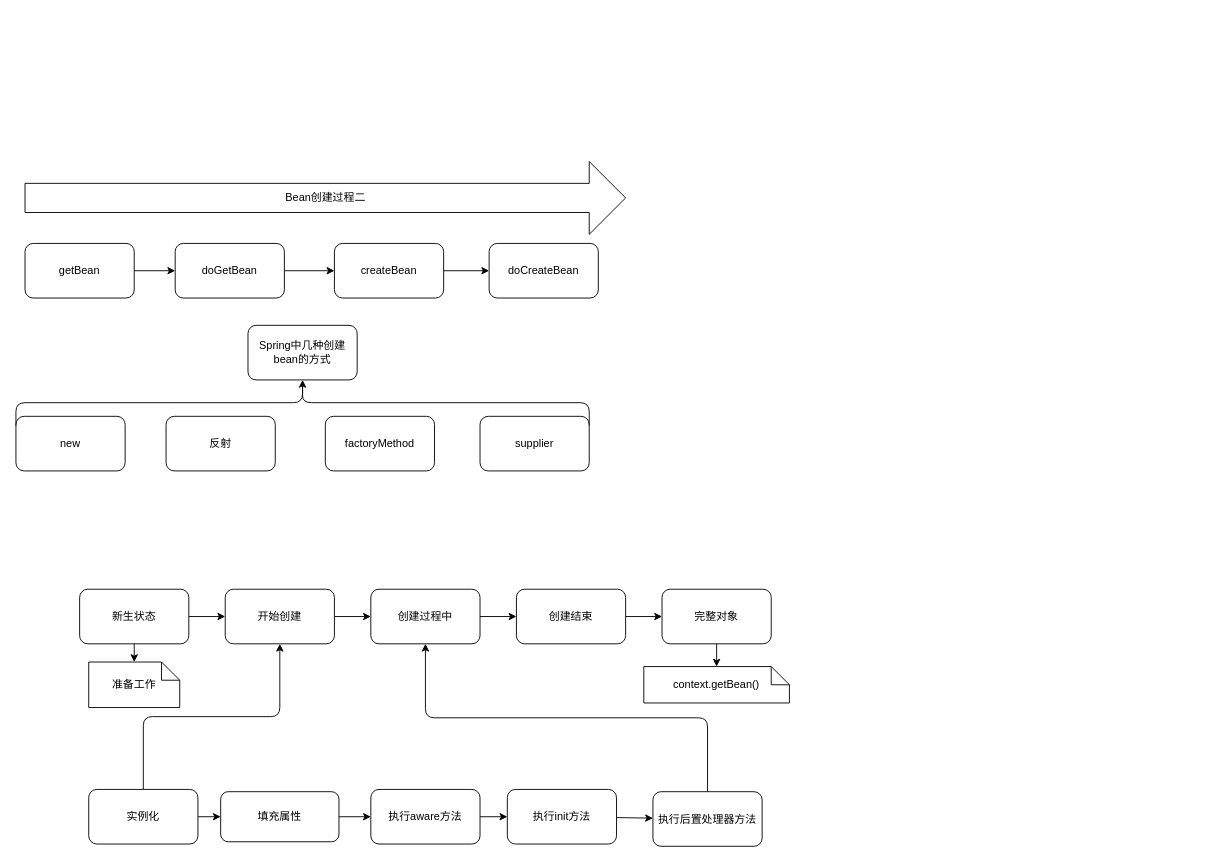
Above: spring/springBean的创建过程2.drawio in ZWYXY/all_images (draw.io), before the change. Source tidied: cells renumbered, new cells numbered last; positions are measured from the earlier drawing's top-left corner, leaving out a move shared by most shapes. Both pictures are drawn from the tidied source at 91%, with x=0, y=0 at pixel (15, 116).
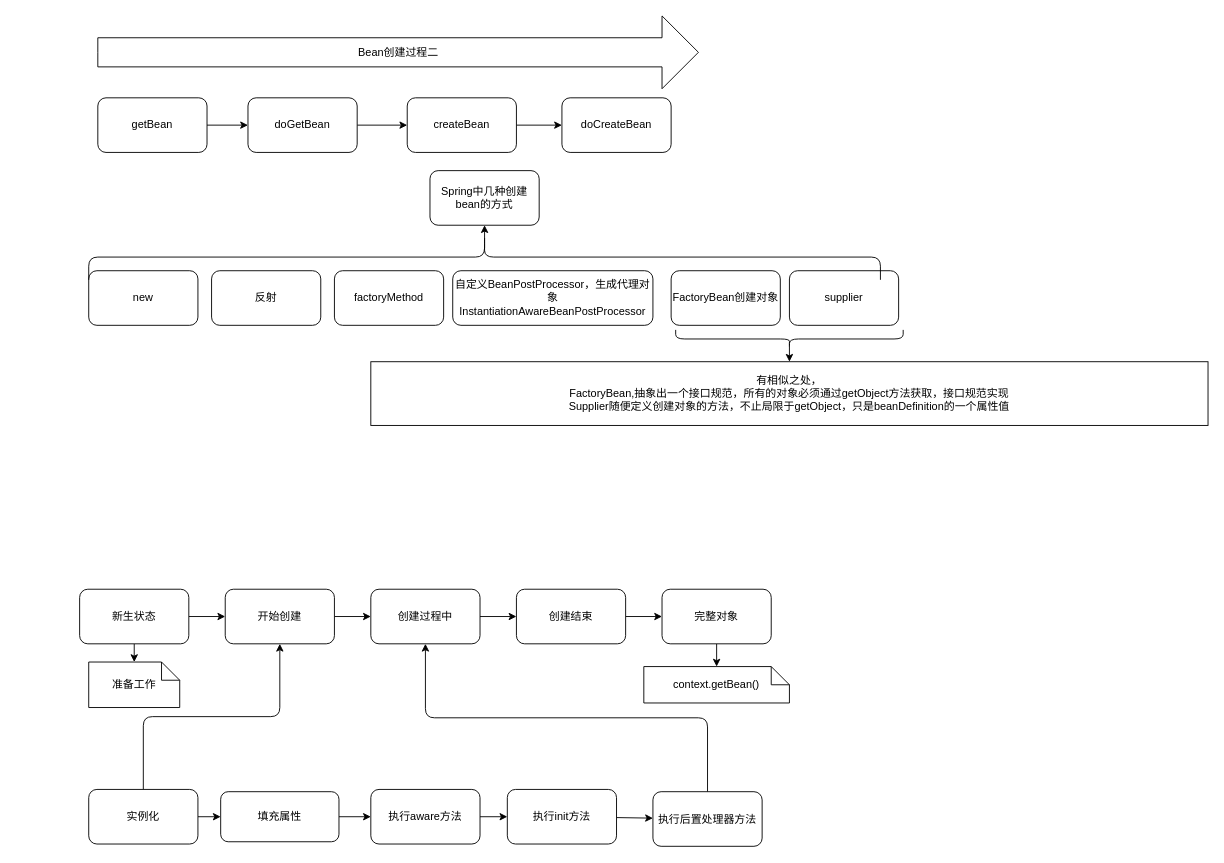
The same diagram, later.

Commit message:
修改一下图

Diff of the diagram source:
```diff
@@
     <mxCell id="2" value="Bean创建过程二" style="html=1;shadow=0;dashed=0;align=center;verticalAlign=middle;shape=mxgraph.arrows2.arrow;dy=0.6;dx=40;notch=0;" parent="1" vertex="1">
-      <mxGeometry x="10" y="50" width="660" height="80" as="geometry" />
+      <mxGeometry x="90" y="-110" width="660" height="80" as="geometry" />
     </mxCell>
@@
     <mxCell id="4" value="getBean" style="rounded=1;whiteSpace=wrap;html=1;" parent="1" vertex="1">
-      <mxGeometry x="10" y="140" width="120" height="60" as="geometry" />
+      <mxGeometry x="90" y="-20" width="120" height="60" as="geometry" />
     </mxCell>
@@
     <mxCell id="6" value="doGetBean" style="rounded=1;whiteSpace=wrap;html=1;" parent="1" vertex="1">
-      <mxGeometry x="175" y="140" width="120" height="60" as="geometry" />
+      <mxGeometry x="255" y="-20" width="120" height="60" as="geometry" />
     </mxCell>
@@
     <mxCell id="8" value="createBean" style="rounded=1;whiteSpace=wrap;html=1;" parent="1" vertex="1">
-      <mxGeometry x="350" y="140" width="120" height="60" as="geometry" />
+      <mxGeometry x="430" y="-20" width="120" height="60" as="geometry" />
     </mxCell>
     <mxCell id="9" value="doCreateBean" style="rounded=1;whiteSpace=wrap;html=1;" parent="1" vertex="1">
-      <mxGeometry x="520" y="140" width="120" height="60" as="geometry" />
+      <mxGeometry x="600" y="-20" width="120" height="60" as="geometry" />
     </mxCell>
     <mxCell id="10" value="new" style="rounded=1;whiteSpace=wrap;html=1;" parent="1" vertex="1">
-      <mxGeometry y="330" width="120" height="60" as="geometry" />
+      <mxGeometry x="80" y="170" width="120" height="60" as="geometry" />
     </mxCell>
     <mxCell id="11" value="反射" style="rounded=1;whiteSpace=wrap;html=1;" parent="1" vertex="1">
-      <mxGeometry x="165" y="330" width="120" height="60" as="geometry" />
+      <mxGeometry x="215" y="170" width="120" height="60" as="geometry" />
     </mxCell>
     <mxCell id="12" value="factoryMethod" style="rounded=1;whiteSpace=wrap;html=1;" parent="1" vertex="1">
-      <mxGeometry x="340" y="330" width="120" height="60" as="geometry" />
+      <mxGeometry x="350" y="170" width="120" height="60" as="geometry" />
     </mxCell>
     <mxCell id="13" value="supplier" style="rounded=1;whiteSpace=wrap;html=1;" parent="1" vertex="1">
-      <mxGeometry x="510" y="330" width="120" height="60" as="geometry" />
+      <mxGeometry x="850" y="170" width="120" height="60" as="geometry" />
     </mxCell>
@@
     <mxCell id="15" style="shape=curlyBracket;whiteSpace=wrap;html=1;rounded=1;flipH=1;rotation=-90;" parent="1" vertex="1">
-      <mxGeometry x="290" width="50" height="630" as="geometry" />
+      <mxGeometry x="490" y="-280" width="50" height="870" as="geometry" />
     </mxCell>
     <mxCell id="16" value="Spring中几种创建bean的方式" style="rounded=1;whiteSpace=wrap;html=1;" parent="1" vertex="1">
-      <mxGeometry x="255" y="230" width="120" height="60" as="geometry" />
+      <mxGeometry x="455" y="60" width="120" height="60" as="geometry" />
     </mxCell>
@@
+    <mxCell id="41" value="自定义BeanPostProcessor，生成代理对象&lt;br&gt;InstantiationAwareBeanPostProcessor" style="rounded=1;whiteSpace=wrap;html=1;" parent="1" vertex="1">
+      <mxGeometry x="480" y="170" width="220" height="60" as="geometry" />
+    </mxCell>
+    <mxCell id="42" value="FactoryBean创建对象" style="rounded=1;whiteSpace=wrap;html=1;" parent="1" vertex="1">
+      <mxGeometry x="720" y="170" width="120" height="60" as="geometry" />
+    </mxCell>
+    <mxCell id="43" style="edgeStyle=orthogonalEdgeStyle;html=1;exitX=0.1;exitY=0.5;exitDx=0;exitDy=0;exitPerimeter=0;entryX=0.5;entryY=0;entryDx=0;entryDy=0;" parent="1" edge="1" source="44" target="45">
+      <mxGeometry relative="1" as="geometry" />
+    </mxCell>
+    <mxCell id="44" style="shape=curlyBracket;whiteSpace=wrap;html=1;rounded=1;flipH=1;rotation=90;" parent="1" vertex="1">
+      <mxGeometry x="840" y="120" width="20" height="250" as="geometry" />
+    </mxCell>
+    <mxCell id="45" value="有相似之处，&lt;br&gt;FactoryBean,抽象出一个接口规范，所有的对象必须通过getObject方法获取，接口规范实现&lt;br&gt;Supplier随便定义创建对象的方法，不止局限于getObject，只是beanDefinition的一个属性值" style="rounded=0;whiteSpace=wrap;html=1;" parent="1" vertex="1">
+      <mxGeometry x="390" y="270" width="920" height="70" as="geometry" />
+    </mxCell>
```
